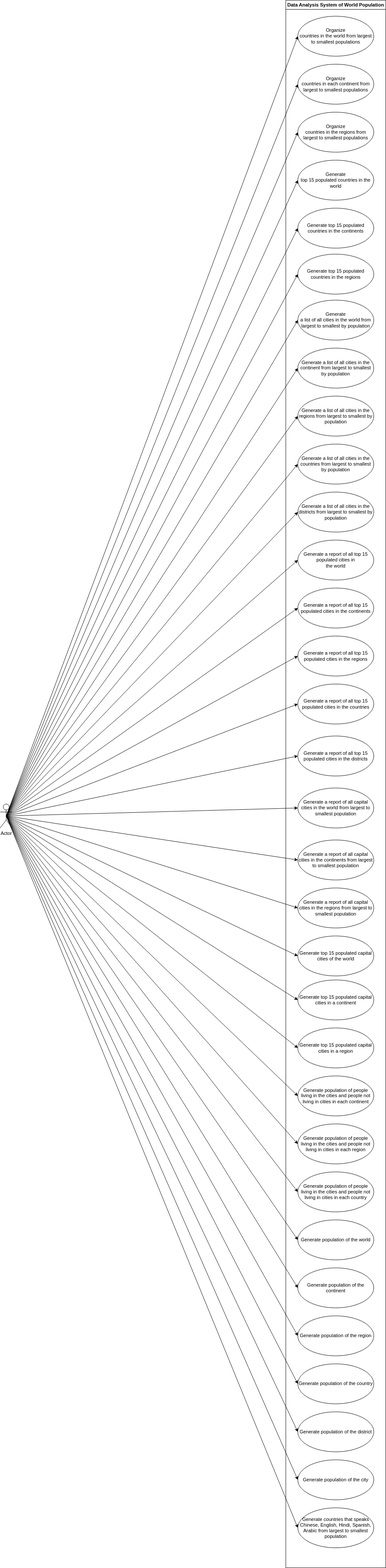
Earlier version of the draw.io export graph/usecase.svg (YeminthanRiki/Test-Ground). Source tidied: cells renumbered, new cells last; positions are measured from the earlier drawing's top-left corner, leaving out a move shared by most shapes.
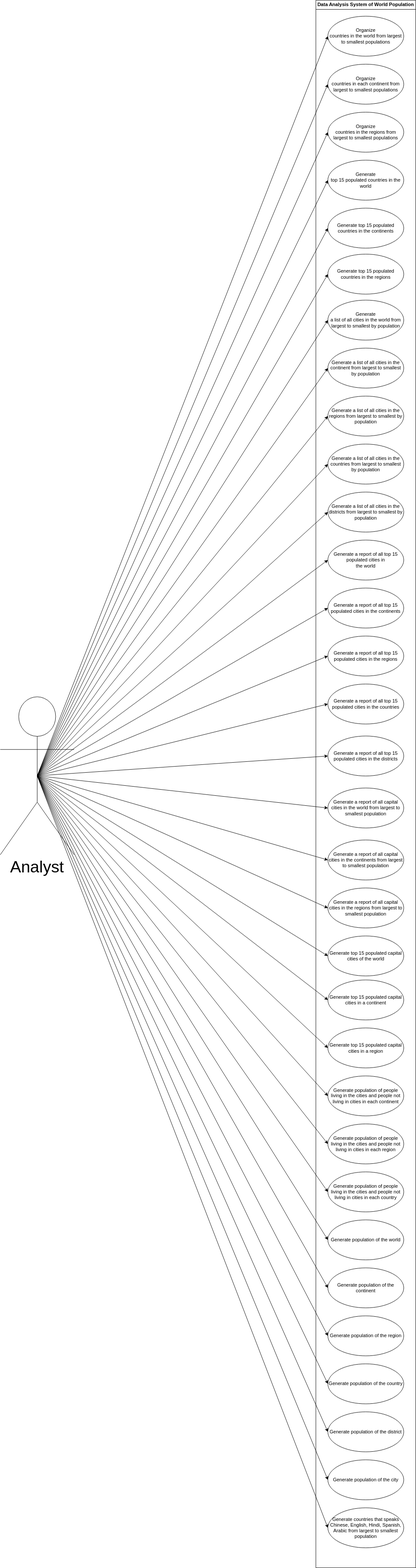
The same file after the commit.

Commit message:
Use Case diagram fixed again

The edit, as a diff of the source:
```diff
@@ -98,8 +98,8 @@
     <mxCell id="33" style="edgeStyle=none;rounded=0;jettySize=auto;html=1;exitX=0.5;exitY=0.5;exitDx=0;exitDy=0;exitPerimeter=0;entryX=0;entryY=0.5;entryDx=0;entryDy=0;" parent="1" edge="1" source="34" target="67">
       <mxGeometry relative="1" as="geometry" />
     </mxCell>
-    <mxCell id="34" value="Actor" style="shape=umlActor;verticalLabelPosition=bottom;verticalAlign=top;html=1;outlineConnect=0;" parent="1" vertex="1">
-      <mxGeometry y="2010" width="30" height="60" as="geometry" />
+    <mxCell id="34" value="&lt;font style=&quot;font-size: 41px;&quot;&gt;Analyst&lt;/font&gt;" style="shape=umlActor;verticalLabelPosition=bottom;verticalAlign=top;html=1;outlineConnect=0;" parent="1" vertex="1">
+      <mxGeometry x="-76" y="1742" width="185" height="395" as="geometry" />
     </mxCell>
     <mxCell id="35" value="Data Analysis System of World Population" style="swimlane;whiteSpace=wrap;html=1;" parent="1" vertex="1">
       <mxGeometry x="714" width="250" height="3920" as="geometry" />
```
